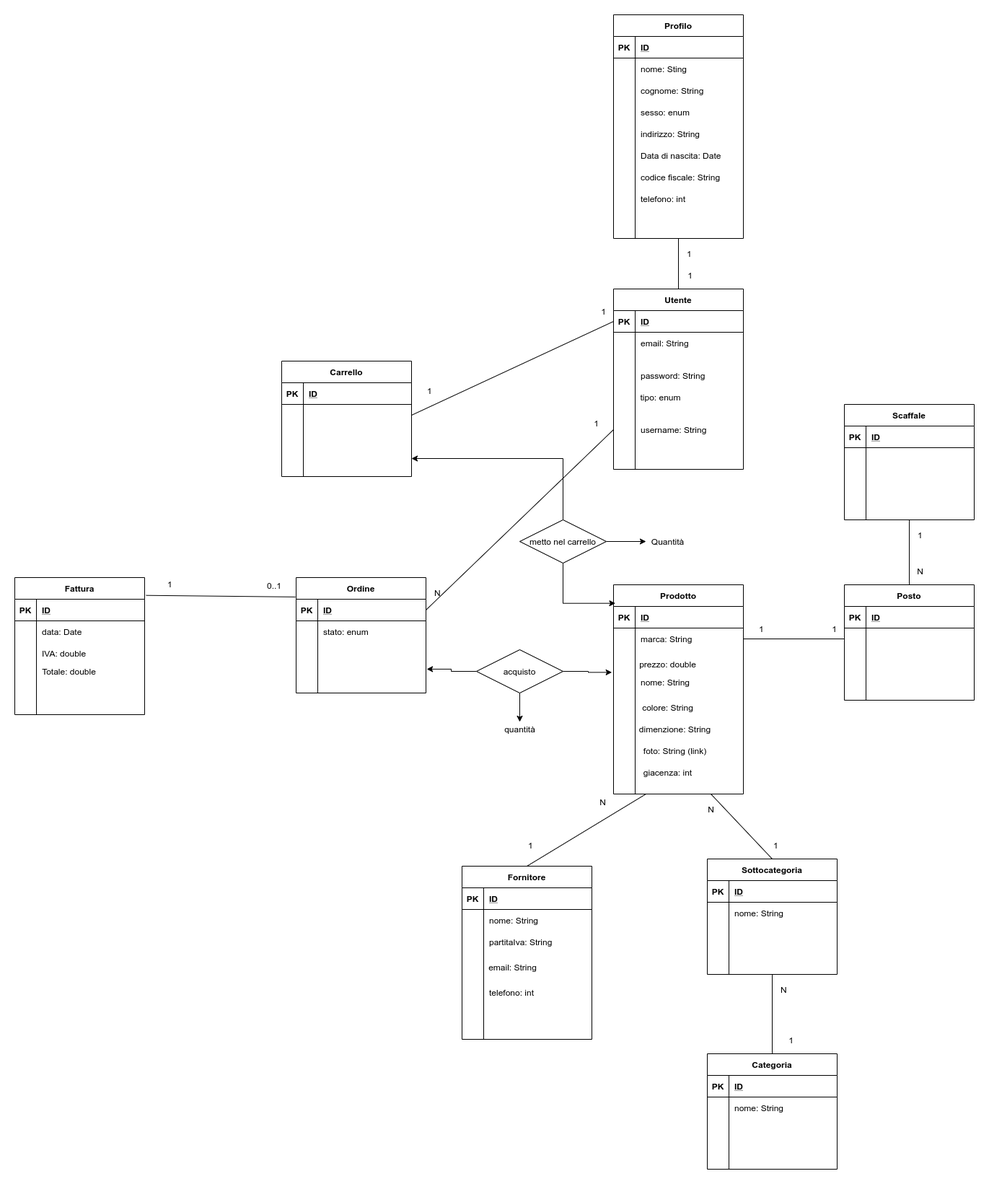
The draw.io diagram storehouse-backend/src/main/resources/schema_ER.png in mariamacri96/MyIkea, before a commit. Source tidied: cells renumbered, new cells last; positions are measured from the earlier drawing's top-left corner, leaving out a move shared by most shapes.
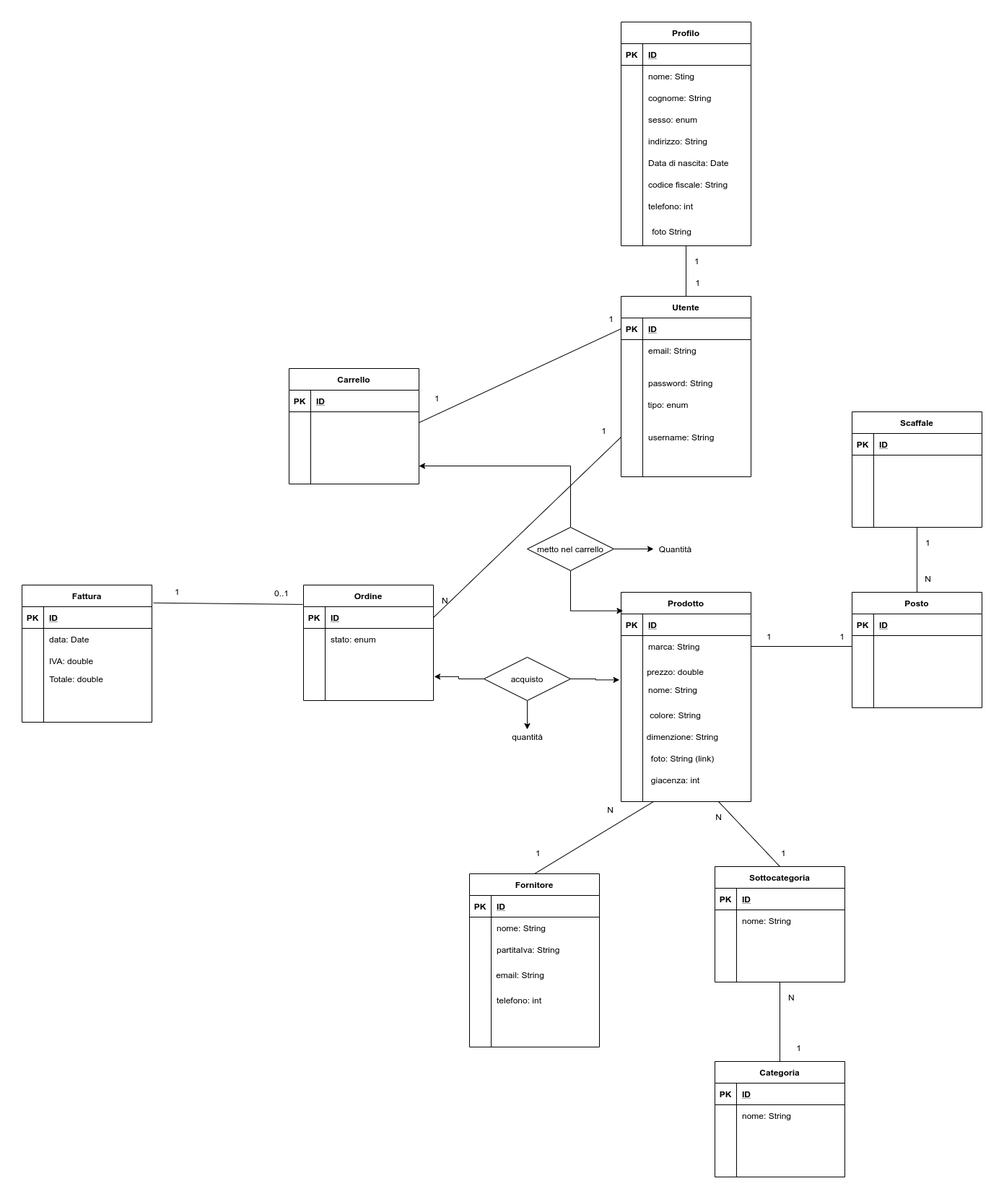
The same file after the commit.

Diff of the diagram source:
```diff
@@ -607,5 +607,8 @@
     <mxCell id="190" value="Quantità" style="text;html=1;align=center;verticalAlign=middle;points=[];" parent="1" vertex="1">
       <mxGeometry x="875" y="720" width="60" height="20" as="geometry" />
     </mxCell>
+    <mxCell id="191" value="foto String" style="text;html=1;align=center;verticalAlign=middle;" parent="1" vertex="1">
+      <mxGeometry x="865" y="280" width="70" height="20" as="geometry" />
+    </mxCell>
   </root>
 </mxGraphModel>
```
